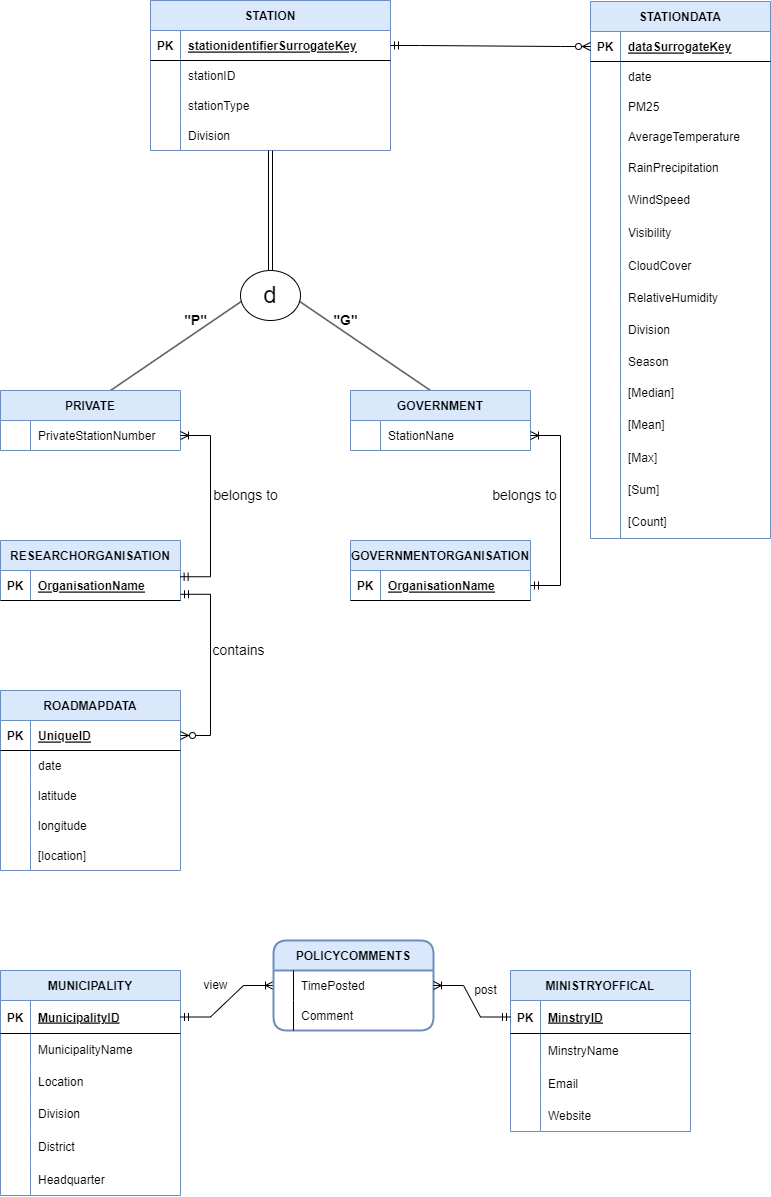
Earlier version of the draw.io export ERDFinal.drawio.png (toushifhossain1/AirQualityMonitoringOfBangladesh). Source tidied: cells renumbered, new cells last; positions are measured from the earlier drawing's top-left corner, leaving out a move shared by most shapes.
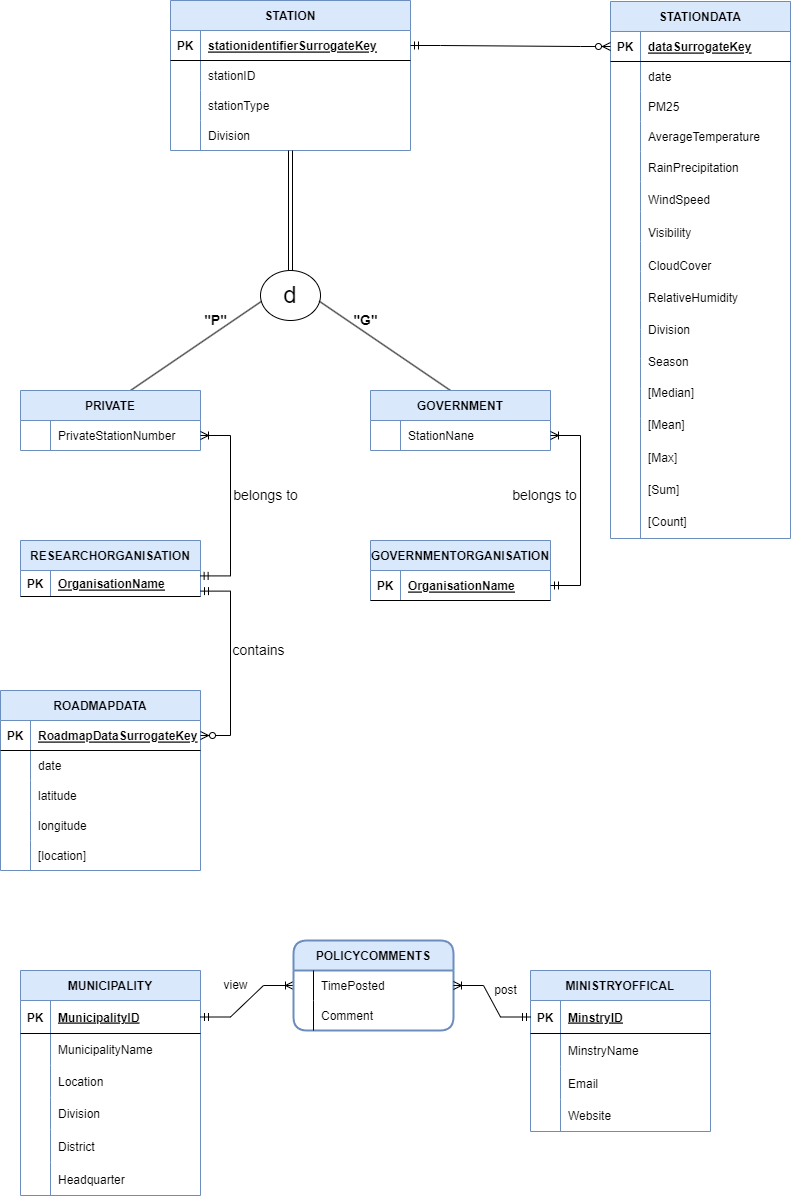
Later version of the same file.

Diff of the diagram source:
```diff
@@ -346,64 +346,64 @@
       <mxGeometry x="30" width="150" height="30" as="geometry" />
     </mxCell>
     <mxCell id="115" value="RESEARCHORGANISATION" style="shape=table;startSize=30;rowLines=0;fontStyle=1;align=center;fillColor=#DAE8FC;strokeColor=#6C8EBF;" parent="1" vertex="1">
-      <mxGeometry y="540" width="180" height="60" as="geometry" />
+      <mxGeometry y="540" width="180" height="56" as="geometry" />
     </mxCell>
     <mxCell id="116" style="shape=tableRow;horizontal=0;startSize=0;swimlaneHead=0;swimlaneBody=0;fillColor=none;points=[[0,0.5],[1,0.5]];portConstraint=eastwest;top=0;left=0;right=0;bottom=1;" parent="115" vertex="1">
-      <mxGeometry y="30" width="180" height="30" as="geometry" />
+      <mxGeometry y="30" width="180" height="26" as="geometry" />
     </mxCell>
     <mxCell id="117" value="PK" style="shape=partialRectangle;fillColor=none;top=0;left=0;bottom=0;right=0;fontStyle=1;overflow=hidden;" parent="116" vertex="1">
-      <mxGeometry width="30" height="30" as="geometry" />
+      <mxGeometry width="30" height="26" as="geometry" />
     </mxCell>
     <mxCell id="118" value="OrganisationName" style="shape=partialRectangle;fillColor=none;top=0;left=0;bottom=0;right=0;align=left;spacingLeft=6;fontStyle=5;overflow=hidden;" parent="116" vertex="1">
-      <mxGeometry x="30" width="150" height="30" as="geometry" />
+      <mxGeometry x="30" width="150" height="26" as="geometry" />
     </mxCell>
     <mxCell id="119" value="ROADMAPDATA" style="shape=table;startSize=30;rowLines=0;fontStyle=1;align=center;fillColor=#DAE8FC;strokeColor=#6C8EBF;" parent="1" vertex="1">
-      <mxGeometry y="690" width="180" height="180" as="geometry" />
+      <mxGeometry x="-20" y="690" width="200" height="180" as="geometry" />
     </mxCell>
     <mxCell id="120" style="shape=tableRow;horizontal=0;startSize=0;swimlaneHead=0;swimlaneBody=0;fillColor=none;points=[[0,0.5],[1,0.5]];portConstraint=eastwest;top=0;left=0;right=0;bottom=1;" parent="119" vertex="1">
-      <mxGeometry y="30" width="180" height="30" as="geometry" />
+      <mxGeometry y="30" width="200" height="30" as="geometry" />
     </mxCell>
     <mxCell id="121" value="PK" style="shape=partialRectangle;fillColor=none;top=0;left=0;bottom=0;right=0;fontStyle=1;overflow=hidden;" parent="120" vertex="1">
       <mxGeometry width="30" height="30" as="geometry" />
     </mxCell>
-    <mxCell id="122" value="UniqueID" style="shape=partialRectangle;fillColor=none;top=0;left=0;bottom=0;right=0;align=left;spacingLeft=6;fontStyle=5;overflow=hidden;" parent="120" vertex="1">
-      <mxGeometry x="30" width="150" height="30" as="geometry" />
+    <mxCell id="122" value="RoadmapDataSurrogateKey" style="shape=partialRectangle;fillColor=none;top=0;left=0;bottom=0;right=0;align=left;spacingLeft=6;fontStyle=5;overflow=hidden;" parent="120" vertex="1">
+      <mxGeometry x="30" width="170" height="30" as="geometry" />
     </mxCell>
     <mxCell id="123" style="shape=tableRow;horizontal=0;startSize=0;swimlaneHead=0;swimlaneBody=0;fillColor=none;top=0;left=0;right=0;bottom=0;" parent="119" vertex="1">
-      <mxGeometry y="60" width="180" height="30" as="geometry" />
+      <mxGeometry y="60" width="200" height="30" as="geometry" />
     </mxCell>
     <mxCell id="124" style="shape=partialRectangle;fillColor=none;top=0;left=0;bottom=0;right=0;overflow=hidden;" parent="123" vertex="1">
       <mxGeometry width="30" height="30" as="geometry" />
     </mxCell>
     <mxCell id="125" value="date" style="shape=partialRectangle;fillColor=none;top=0;left=0;bottom=0;right=0;align=left;spacingLeft=6;overflow=hidden;" parent="123" vertex="1">
-      <mxGeometry x="30" width="150" height="30" as="geometry" />
+      <mxGeometry x="30" width="170" height="30" as="geometry" />
     </mxCell>
     <mxCell id="126" style="shape=tableRow;horizontal=0;startSize=0;swimlaneHead=0;swimlaneBody=0;fillColor=none;top=0;left=0;right=0;bottom=0;" parent="119" vertex="1">
-      <mxGeometry y="90" width="180" height="30" as="geometry" />
+      <mxGeometry y="90" width="200" height="30" as="geometry" />
     </mxCell>
     <mxCell id="127" style="shape=partialRectangle;fillColor=none;top=0;left=0;bottom=0;right=0;overflow=hidden;" parent="126" vertex="1">
       <mxGeometry width="30" height="30" as="geometry" />
     </mxCell>
     <mxCell id="128" value="latitude" style="shape=partialRectangle;fillColor=none;top=0;left=0;bottom=0;right=0;align=left;spacingLeft=6;overflow=hidden;" parent="126" vertex="1">
-      <mxGeometry x="30" width="150" height="30" as="geometry" />
+      <mxGeometry x="30" width="170" height="30" as="geometry" />
     </mxCell>
     <mxCell id="129" style="shape=tableRow;horizontal=0;startSize=0;swimlaneHead=0;swimlaneBody=0;fillColor=none;top=0;left=0;right=0;bottom=0;" parent="119" vertex="1">
-      <mxGeometry y="120" width="180" height="30" as="geometry" />
+      <mxGeometry y="120" width="200" height="30" as="geometry" />
     </mxCell>
     <mxCell id="130" style="shape=partialRectangle;fillColor=none;top=0;left=0;bottom=0;right=0;overflow=hidden;" parent="129" vertex="1">
       <mxGeometry width="30" height="30" as="geometry" />
     </mxCell>
     <mxCell id="131" value="longitude" style="shape=partialRectangle;fillColor=none;top=0;left=0;bottom=0;right=0;align=left;spacingLeft=6;overflow=hidden;" parent="129" vertex="1">
-      <mxGeometry x="30" width="150" height="30" as="geometry" />
+      <mxGeometry x="30" width="170" height="30" as="geometry" />
     </mxCell>
     <mxCell id="132" style="shape=tableRow;horizontal=0;startSize=0;swimlaneHead=0;swimlaneBody=0;fillColor=none;top=0;left=0;right=0;bottom=0;" parent="119" vertex="1">
-      <mxGeometry y="150" width="180" height="30" as="geometry" />
+      <mxGeometry y="150" width="200" height="30" as="geometry" />
     </mxCell>
     <mxCell id="133" style="shape=partialRectangle;fillColor=none;top=0;left=0;bottom=0;right=0;overflow=hidden;" parent="132" vertex="1">
       <mxGeometry width="30" height="30" as="geometry" />
     </mxCell>
     <mxCell id="134" value="[location]" style="shape=partialRectangle;fillColor=none;top=0;left=0;bottom=0;right=0;align=left;spacingLeft=6;overflow=hidden;" parent="132" vertex="1">
-      <mxGeometry x="30" width="150" height="30" as="geometry" />
+      <mxGeometry x="30" width="170" height="30" as="geometry" />
     </mxCell>
     <mxCell id="135" style="edgeStyle=entityRelationEdgeStyle;fontSize=12;html=1;endArrow=ERzeroToMany;startArrow=ERmandOne;rounded=0;entryX=0;entryY=0.5;entryDx=0;entryDy=0;" parent="1" edge="1" source="47" target="60">
       <mxGeometry relative="1" as="geometry" />
```
